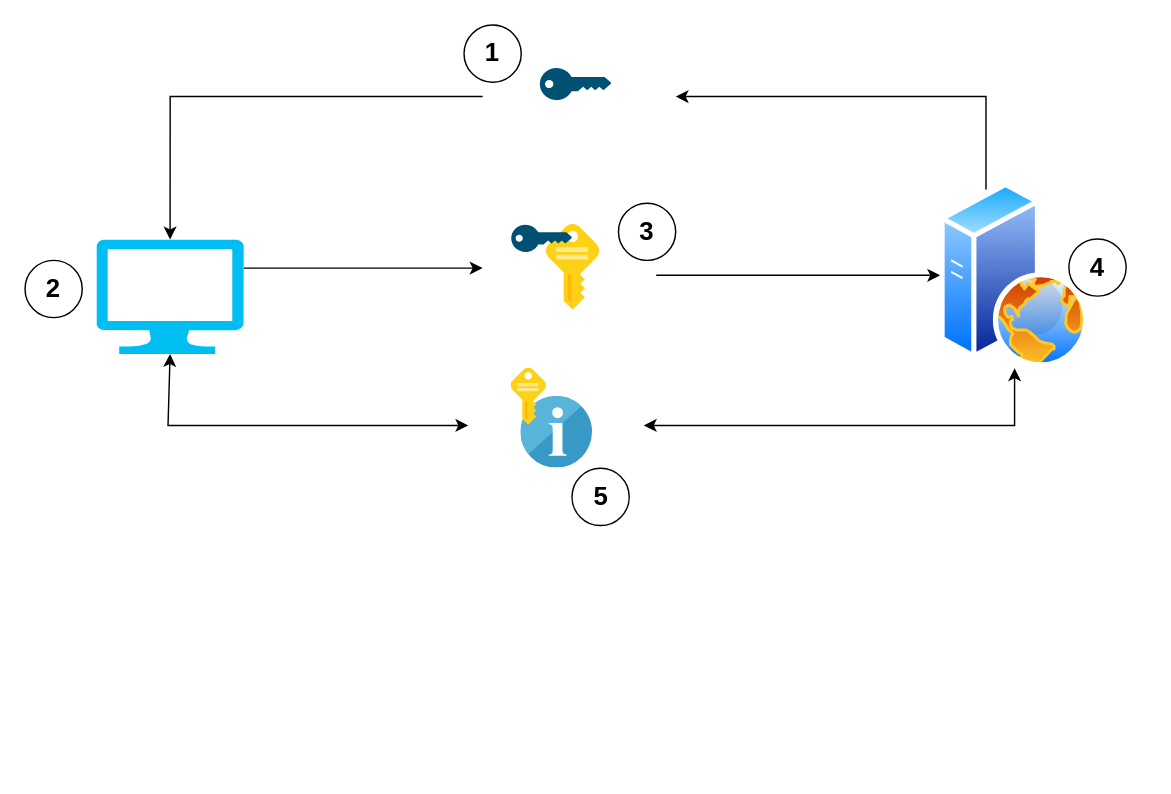
dinith95/CodingBook keeps this draw.io diagram as other/Untitled Diagram.drawio. Above is the earlier version. Source tidied: cells renumbered, new cells numbered last; positions are measured from the earlier drawing's top-left corner, leaving out a move shared by most shapes. Both pictures are drawn from the tidied source at 143%, with x=0, y=0 at pixel (24, 24).
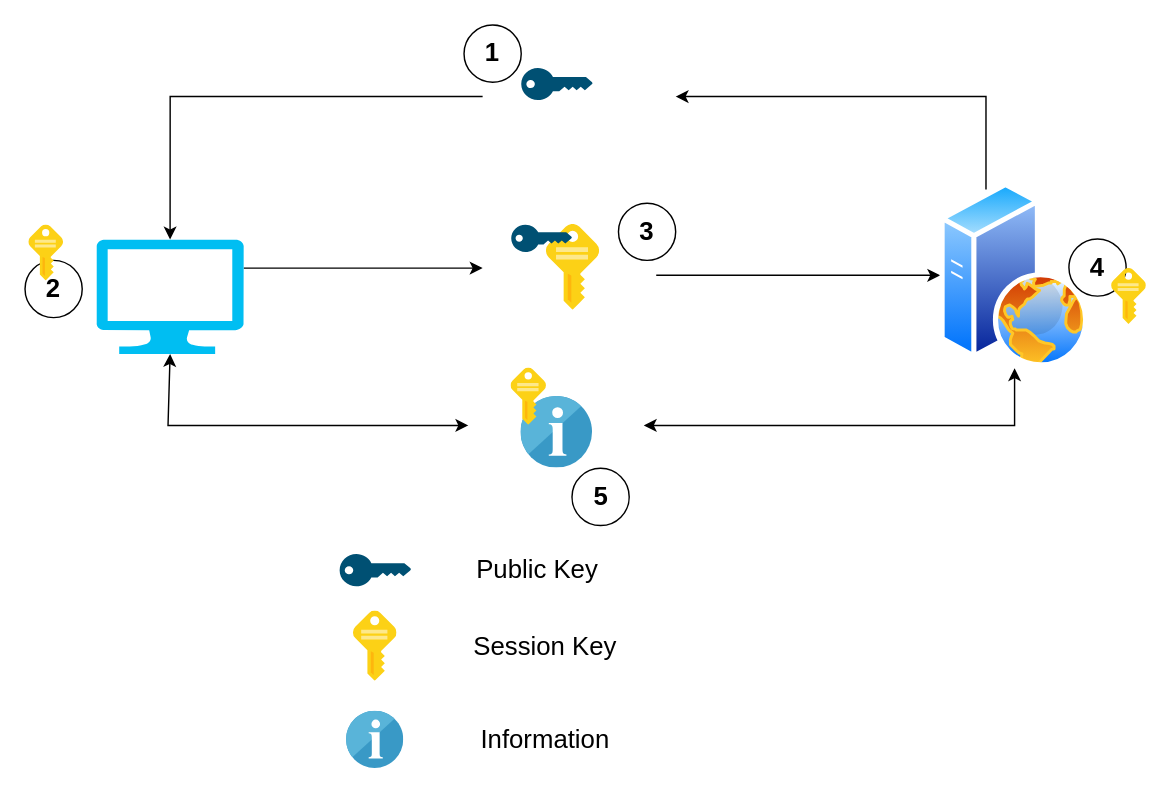
After the change.

Diff of the diagram source:
```diff
@@
+    <mxCell id="15" style="rounded=0;whiteSpace=wrap;html=1;fontSize=16;fillColor=none;strokeColor=none;" parent="1" vertex="1">
+      <mxGeometry x="310" y="240" width="122.7" height="80" as="geometry" />
+    </mxCell>
@@
     <mxCell id="9" style="verticalLabelPosition=bottom;sketch=0;html=1;verticalAlign=top;align=center;shape=mxgraph.cisco19.key;fillColor=#005073;strokeColor=none;fontSize=16;" parent="1" vertex="1">
-      <mxGeometry x="360" y="30" width="50" height="22.5" as="geometry" />
+      <mxGeometry x="220" y="370" width="50" height="22.5" as="geometry" />
     </mxCell>
@@
-    <mxCell id="15" style="rounded=0;whiteSpace=wrap;html=1;fontSize=16;fillColor=none;strokeColor=none;" parent="1" vertex="1">
-      <mxGeometry x="310" y="240" width="122.7" height="80" as="geometry" />
-    </mxCell>
@@
+    <mxCell id="23" value="Public Key" style="text;html=1;strokeColor=none;fillColor=none;align=center;verticalAlign=middle;whiteSpace=wrap;rounded=0;fontSize=18;fontColor=#000000;" parent="1" vertex="1">
+      <mxGeometry x="307" y="366.2" width="103" height="30" as="geometry" />
+    </mxCell>
+    <mxCell id="24" style="verticalLabelPosition=bottom;sketch=0;html=1;verticalAlign=top;align=center;shape=mxgraph.cisco19.key;fillColor=#005073;strokeColor=none;fontSize=16;" parent="1" vertex="1">
+      <mxGeometry x="347" y="30" width="50" height="22.5" as="geometry" />
+    </mxCell>
+    <mxCell id="25" style="sketch=0;html=1;align=center;image;fontSize=12;image=img/lib/mscae/Key.svg;fillColor=none;" parent="1" vertex="1">
+      <mxGeometry x="2.8" y="140" width="24.3" height="39.1" as="geometry" />
+    </mxCell>
+    <mxCell id="26" style="sketch=0;html=1;align=center;image;fontSize=12;image=img/lib/mscae/Key.svg;fillColor=none;" parent="1" vertex="1">
+      <mxGeometry x="760" y="170.4" width="24.3" height="39.1" as="geometry" />
+    </mxCell>
+    <mxCell id="27" style="sketch=0;html=1;align=center;image;fontSize=12;image=img/lib/mscae/Key.svg;fillColor=none;" parent="1" vertex="1">
+      <mxGeometry x="229.8" y="410" width="30.5" height="49.1" as="geometry" />
+    </mxCell>
+    <mxCell id="28" value="Session Key" style="text;html=1;strokeColor=none;fillColor=none;align=center;verticalAlign=middle;whiteSpace=wrap;rounded=0;fontSize=18;fontColor=#000000;" parent="1" vertex="1">
+      <mxGeometry x="304.5" y="419.6" width="118" height="30" as="geometry" />
+    </mxCell>
+    <mxCell id="29" style="sketch=0;html=1;align=center;image;fontSize=12;image=img/lib/mscae/Info_2.svg;fillColor=none;" parent="1" vertex="1">
+      <mxGeometry x="225" y="480" width="40" height="40" as="geometry" />
+    </mxCell>
+    <mxCell id="30" value="Information" style="text;html=1;strokeColor=none;fillColor=none;align=center;verticalAlign=middle;whiteSpace=wrap;rounded=0;fontSize=18;fontColor=#000000;" parent="1" vertex="1">
+      <mxGeometry x="304.5" y="485" width="118" height="30" as="geometry" />
+    </mxCell>
```
